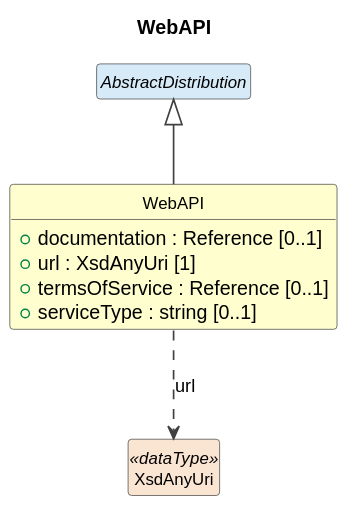
Before: cdif-uml-model/_plantuml/cdifDiscovery/Classes/WebAPI.svg, a diagram exported from PlantUML (Cross-Domain-Interoperability-Framework/metadataBuildingBlocks). The source it was exported from:
```plantuml
@startuml
title WebAPI
hide circle
hide empty members
skinparam shadowing false
skinparam ArrowThickness 1.2
skinparam class {
  ArrowColor #404040
  BorderColor #404040
  FontSize 12
}

class "WebAPI" as WebAPI #FEFECE {
  +documentation : Reference [0..1]
  +url : XsdAnyUri [1]
  +termsOfService : Reference [0..1]
  +serviceType : string [0..1]
}
abstract class "AbstractDistribution" as AbstractDistribution #D6EAF8
AbstractDistribution <|-- WebAPI
class "XsdAnyUri" as XsdAnyUri <<dataType>> #FAE5D3
WebAPI ..> XsdAnyUri : url
@enduml
```
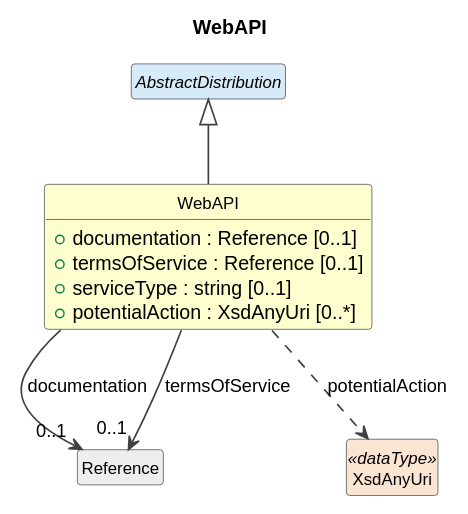
Later version of the same file.

Change to the diagram source:
```diff
@@ -12,12 +12,15 @@
 
 class "WebAPI" as WebAPI #FEFECE {
   +documentation : Reference [0..1]
-  +url : XsdAnyUri [1]
   +termsOfService : Reference [0..1]
   +serviceType : string [0..1]
+  +potentialAction : XsdAnyUri [0..*]
 }
 abstract class "AbstractDistribution" as AbstractDistribution #D6EAF8
 AbstractDistribution <|-- WebAPI
+class "Reference" as Reference #EEEEEE
+WebAPI --> "0..1" Reference : documentation
+WebAPI --> "0..1" Reference : termsOfService
 class "XsdAnyUri" as XsdAnyUri <<dataType>> #FAE5D3
-WebAPI ..> XsdAnyUri : url
+WebAPI ..> XsdAnyUri : potentialAction
 @enduml
```
